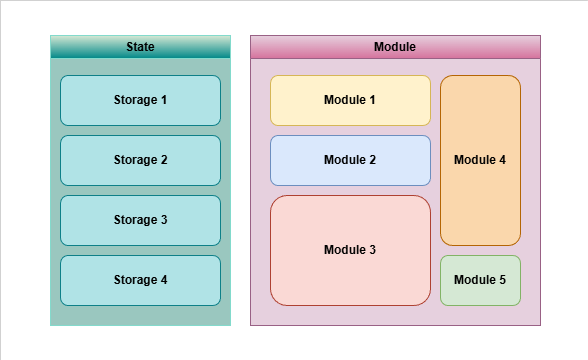
The draw.io diagram images/modular.png in 0x76agabond/a-wanderer-notebook, before a commit. Source tidied: cells renumbered, new cells last; positions are measured from the earlier drawing's top-left corner, leaving out a move shared by most shapes.
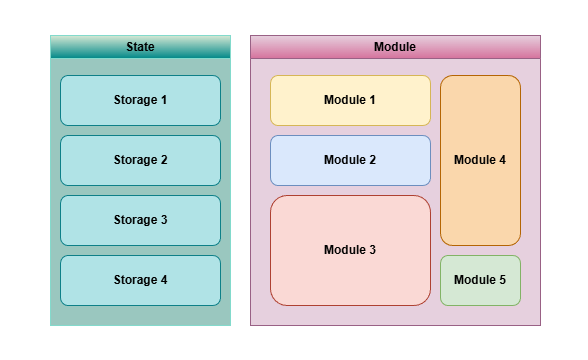
The same diagram one commit later.

The edit, as a diff of the source:
```diff
@@ -5,7 +5,7 @@
     <mxCell id="2" style="group;strokeWidth=0;strokeColor=none;" parent="1" vertex="1">
       <mxGeometry width="587.5" height="360" as="geometry" />
     </mxCell>
-    <mxCell id="3" style="rounded=0;whiteSpace=wrap;html=1;strokeWidth=0;" parent="2" vertex="1">
+    <mxCell id="3" style="rounded=0;whiteSpace=wrap;html=1;strokeWidth=0;strokeColor=none;" parent="2" vertex="1">
       <mxGeometry width="587.5" height="360" as="geometry" />
     </mxCell>
     <mxCell id="4" value="Module" style="swimlane;whiteSpace=wrap;html=1;fillColor=#e6d0de;strokeColor=#996185;gradientColor=#d5739d;swimlaneFillColor=#E6D0DE;" parent="2" vertex="1">
```
